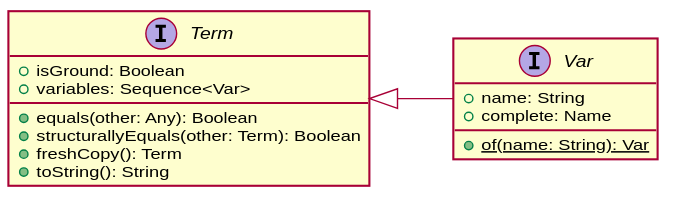
gciatto-unibo/2p-kt-presentation keeps this PlantUML diagram as img/var.svg. Above is the earlier version.
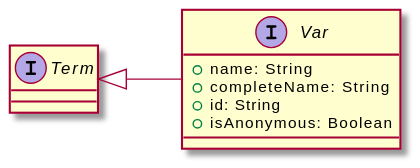
After the change.

The edit, as a diff of the source:
```diff
@@ -1,19 +1,13 @@
 @startuml
 left to right direction
-skinparam shadowing false
 
-interface Term {
-  + isGround: Boolean
-  + variables: Sequence<Var>
-  + equals(other: Any): Boolean
-  + structurallyEquals(other: Term): Boolean
-  + freshCopy(): Term
-  + toString(): String
-}
+interface Term
+
 interface Var {
   + name: String
-  + complete: Name
-  + {static} of(name: String): Var
+  + completeName: String
+  + id: String
+  + isAnonymous: Boolean
 }
 Term <|-- Var
 @enduml
```
